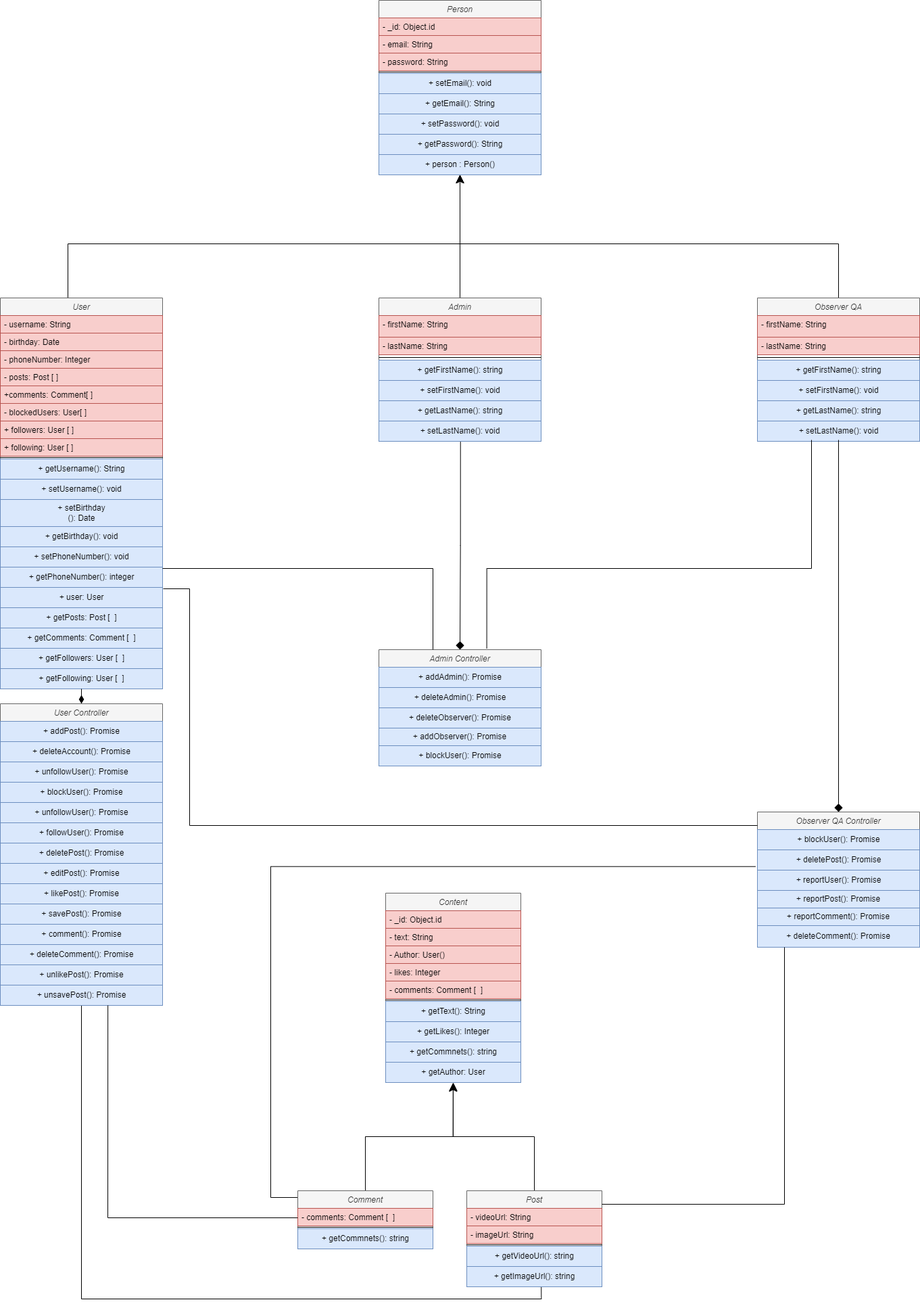
This is Diagrams/Anime Class Diagram.png from Mut1aq/Anime-Project, a draw.io export, as it was before one commit. Source tidied: cells renumbered, new cells last; positions are measured from the earlier drawing's top-left corner, leaving out a move shared by most shapes.
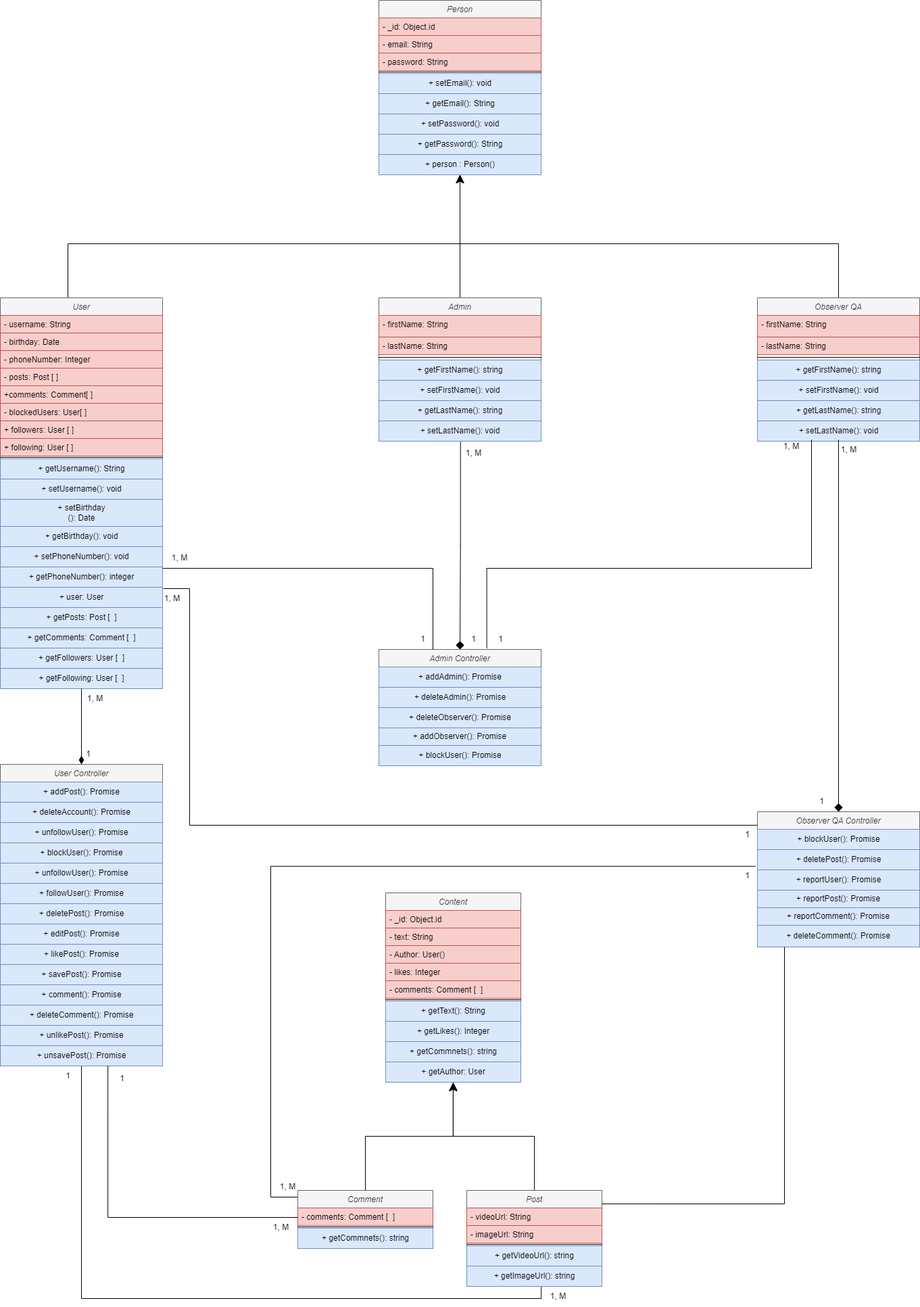
The same file after the commit.

The edit, as a diff of the source:
```diff
@@ -118,7 +118,7 @@
       </mxGeometry>
     </mxCell>
     <mxCell id="35" value="User Controller" style="swimlane;fontStyle=2;align=center;verticalAlign=top;horizontal=1;startSize=26;rounded=0;shadow=0;strokeWidth=1;fillColor=#f5f5f5;fontColor=#333333;strokeColor=#666666;" parent="1" vertex="1">
-      <mxGeometry y="1040" width="240" height="446" as="geometry" />
+      <mxGeometry y="1130" width="240" height="446" as="geometry" />
     </mxCell>
     <mxCell id="36" value="+ addPost(): Promise" style="text;html=1;align=center;verticalAlign=middle;strokeColor=#6c8ebf;fillColor=#dae8fc;" parent="35" vertex="1">
       <mxGeometry y="26" width="240" height="30" as="geometry" />
@@ -392,5 +392,59 @@
         </Array>
       </mxGeometry>
     </mxCell>
+    <mxCell id="114" value="1" style="text;html=1;align=center;verticalAlign=middle;strokeColor=none;fillColor=none;" parent="1" vertex="1">
+      <mxGeometry x="115" y="1100" width="30" height="30" as="geometry" />
+    </mxCell>
+    <mxCell id="115" value="1, M" style="text;html=1;align=center;verticalAlign=middle;strokeColor=none;fillColor=none;" parent="1" vertex="1">
+      <mxGeometry x="115" y="1018" width="50" height="30" as="geometry" />
+    </mxCell>
+    <mxCell id="116" value="1" style="text;html=1;align=center;verticalAlign=middle;strokeColor=none;fillColor=none;" parent="1" vertex="1">
+      <mxGeometry x="685" y="930" width="30" height="30" as="geometry" />
+    </mxCell>
+    <mxCell id="117" value="1, M" style="text;html=1;align=center;verticalAlign=middle;strokeColor=none;fillColor=none;" parent="1" vertex="1">
+      <mxGeometry x="675" y="655" width="50" height="30" as="geometry" />
+    </mxCell>
+    <mxCell id="118" value="1, M" style="text;html=1;align=center;verticalAlign=middle;strokeColor=none;fillColor=none;" parent="1" vertex="1">
+      <mxGeometry x="1230" y="650" width="50" height="30" as="geometry" />
+    </mxCell>
+    <mxCell id="119" value="1" style="text;html=1;align=center;verticalAlign=middle;strokeColor=none;fillColor=none;" parent="1" vertex="1">
+      <mxGeometry x="1200" y="1170" width="30" height="30" as="geometry" />
+    </mxCell>
+    <mxCell id="120" value="1" style="text;html=1;align=center;verticalAlign=middle;strokeColor=none;fillColor=none;" parent="1" vertex="1">
+      <mxGeometry x="725" y="930" width="30" height="30" as="geometry" />
+    </mxCell>
+    <mxCell id="121" value="1, M" style="text;html=1;align=center;verticalAlign=middle;strokeColor=none;fillColor=none;" parent="1" vertex="1">
+      <mxGeometry x="1145" y="645" width="50" height="30" as="geometry" />
+    </mxCell>
+    <mxCell id="122" value="1, M" style="text;html=1;align=center;verticalAlign=middle;strokeColor=none;fillColor=none;" parent="1" vertex="1">
+      <mxGeometry x="240" y="810" width="50" height="30" as="geometry" />
+    </mxCell>
+    <mxCell id="123" value="1" style="text;html=1;align=center;verticalAlign=middle;strokeColor=none;fillColor=none;" parent="1" vertex="1">
+      <mxGeometry x="610" y="930" width="30" height="30" as="geometry" />
+    </mxCell>
+    <mxCell id="124" value="1" style="text;html=1;align=center;verticalAlign=middle;strokeColor=none;fillColor=none;" parent="1" vertex="1">
+      <mxGeometry x="1090" y="1219" width="30" height="30" as="geometry" />
+    </mxCell>
+    <mxCell id="125" value="1, M" style="text;html=1;align=center;verticalAlign=middle;strokeColor=none;fillColor=none;" parent="1" vertex="1">
+      <mxGeometry x="229" y="870" width="50" height="30" as="geometry" />
+    </mxCell>
+    <mxCell id="126" value="1" style="text;html=1;align=center;verticalAlign=middle;strokeColor=none;fillColor=none;" parent="1" vertex="1">
+      <mxGeometry x="1090" y="1280" width="30" height="30" as="geometry" />
+    </mxCell>
+    <mxCell id="127" value="1, M" style="text;html=1;align=center;verticalAlign=middle;strokeColor=none;fillColor=none;" parent="1" vertex="1">
+      <mxGeometry x="400" y="1740" width="50" height="30" as="geometry" />
+    </mxCell>
+    <mxCell id="128" value="1" style="text;html=1;align=center;verticalAlign=middle;strokeColor=none;fillColor=none;" parent="1" vertex="1">
+      <mxGeometry x="165" y="1580" width="30" height="30" as="geometry" />
+    </mxCell>
+    <mxCell id="129" value="1, M" style="text;html=1;align=center;verticalAlign=middle;strokeColor=none;fillColor=none;" parent="1" vertex="1">
+      <mxGeometry x="390" y="1800" width="50" height="30" as="geometry" />
+    </mxCell>
+    <mxCell id="130" value="1" style="text;html=1;align=center;verticalAlign=middle;strokeColor=none;fillColor=none;" parent="1" vertex="1">
+      <mxGeometry x="85" y="1576" width="30" height="30" as="geometry" />
+    </mxCell>
+    <mxCell id="131" value="1, M" style="text;html=1;align=center;verticalAlign=middle;strokeColor=none;fillColor=none;" parent="1" vertex="1">
+      <mxGeometry x="800" y="1902" width="50" height="30" as="geometry" />
+    </mxCell>
   </root>
 </mxGraphModel>
```
